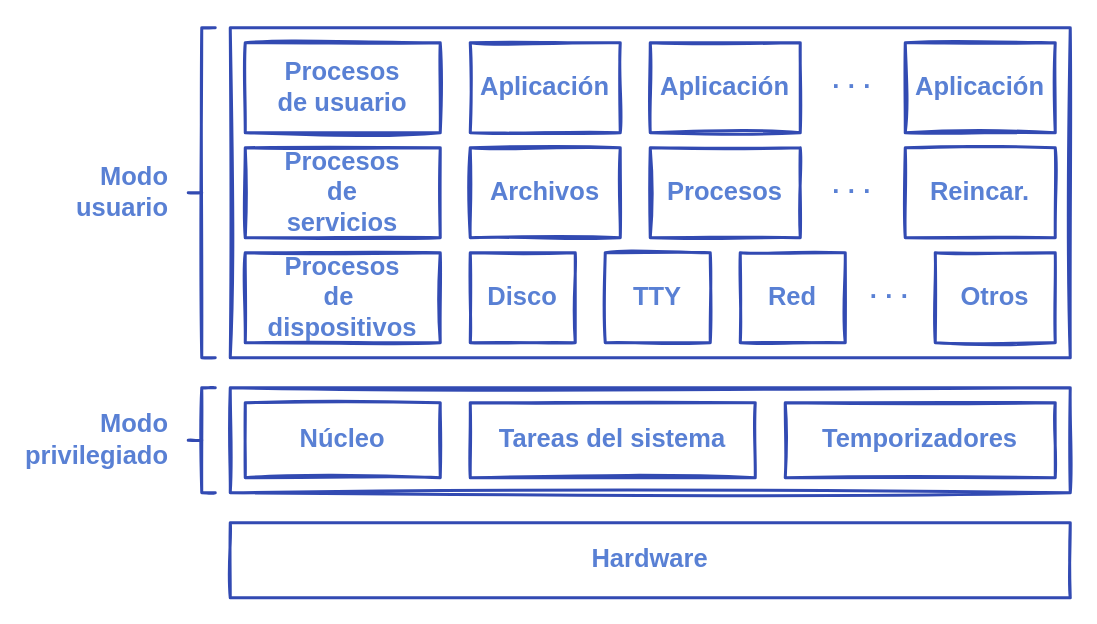
Earlier version of the draw.io diagram content/C08-estructura/images/estructura_minix3.drawio (ull-esit-sistemas-operativos/ssoo-apuntes). Source tidied: cells renumbered, new cells numbered last; positions are measured from the earlier drawing's top-left corner, leaving out a move shared by most shapes. Both pictures are drawn from the tidied source at 150%, with x=0, y=0 at pixel (38, 27).
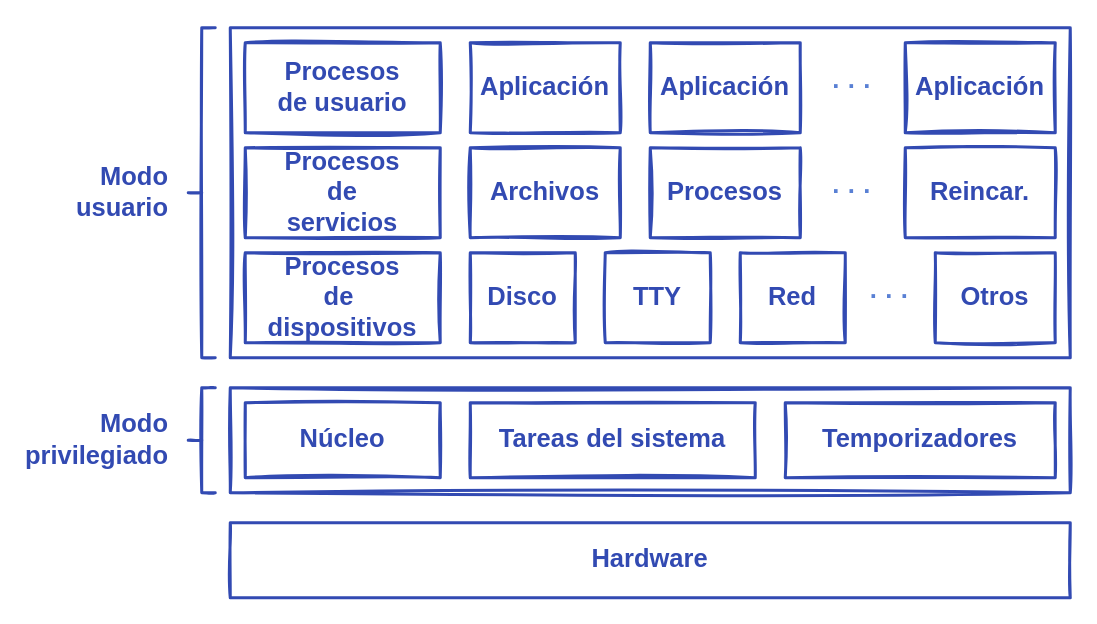
Above is the later version.

What changed in the source:
```diff
@@
-    <mxCell id="2" value="&lt;b&gt;Hardware&lt;/b&gt;" style="rounded=0;whiteSpace=wrap;html=1;shadow=0;sketch=1;strokeWidth=2;fillColor=none;fontFamily=Ink Free;fontSize=17;fontColor=#5980d4;spacing=20;strokeColor=#324AB2;" parent="1" vertex="1">
+    <mxCell id="2" value="&lt;b&gt;Hardware&lt;/b&gt;" style="rounded=0;whiteSpace=wrap;html=1;shadow=0;sketch=1;strokeWidth=2;fillColor=none;fontFamily=Ink Free;fontSize=17;spacing=20;strokeColor=#324AB2;fontColor=#324AB2;" parent="1" vertex="1">
       <mxGeometry x="128" y="330" width="560" height="50" as="geometry" />
     </mxCell>
@@
-    <mxCell id="5" value="Modo usuario" style="text;html=1;align=right;verticalAlign=middle;whiteSpace=wrap;rounded=0;shadow=0;sketch=1;fontFamily=Ink Free;fontSize=17;fontColor=#5980d4;fontStyle=1;" parent="1" vertex="1">
+    <mxCell id="5" value="Modo usuario" style="text;html=1;align=right;verticalAlign=middle;whiteSpace=wrap;rounded=0;shadow=0;sketch=1;fontFamily=Ink Free;fontSize=17;fontStyle=1;fontColor=#324AB2;" parent="1" vertex="1">
       <mxGeometry x="19" y="92.5" width="70" height="35" as="geometry" />
     </mxCell>
-    <mxCell id="6" value="&lt;b&gt;Aplicación&lt;/b&gt;" style="rounded=0;whiteSpace=wrap;html=1;shadow=0;sketch=1;strokeWidth=2;fillColor=none;fontFamily=Ink Free;fontSize=17;fontColor=#5980d4;spacing=20;strokeColor=#324AB2;" parent="1" vertex="1">
+    <mxCell id="6" value="&lt;b&gt;Aplicación&lt;/b&gt;" style="rounded=0;whiteSpace=wrap;html=1;shadow=0;sketch=1;strokeWidth=2;fillColor=none;fontFamily=Ink Free;fontSize=17;spacing=20;strokeColor=#324AB2;fontColor=#324AB2;" parent="1" vertex="1">
       <mxGeometry x="288" y="10" width="100" height="60" as="geometry" />
     </mxCell>
-    <mxCell id="7" value="&lt;b&gt;Reincar.&lt;/b&gt;" style="rounded=0;whiteSpace=wrap;html=1;shadow=0;sketch=1;strokeWidth=2;fillColor=none;fontFamily=Ink Free;fontSize=17;fontColor=#5980d4;spacing=20;strokeColor=#324AB2;" parent="1" vertex="1">
+    <mxCell id="7" value="&lt;b&gt;Reincar.&lt;/b&gt;" style="rounded=0;whiteSpace=wrap;html=1;shadow=0;sketch=1;strokeWidth=2;fillColor=none;fontFamily=Ink Free;fontSize=17;spacing=20;strokeColor=#324AB2;fontColor=#324AB2;" parent="1" vertex="1">
       <mxGeometry x="578" y="80" width="100" height="60" as="geometry" />
     </mxCell>
-    <mxCell id="8" value="&lt;b&gt;Disco&lt;/b&gt;" style="rounded=0;whiteSpace=wrap;html=1;shadow=0;sketch=1;strokeWidth=2;fillColor=none;fontFamily=Ink Free;fontSize=17;fontColor=#5980d4;spacing=20;strokeColor=#324AB2;" parent="1" vertex="1">
+    <mxCell id="8" value="&lt;b&gt;Disco&lt;/b&gt;" style="rounded=0;whiteSpace=wrap;html=1;shadow=0;sketch=1;strokeWidth=2;fillColor=none;fontFamily=Ink Free;fontSize=17;spacing=20;strokeColor=#324AB2;fontColor=#324AB2;" parent="1" vertex="1">
       <mxGeometry x="288" y="150" width="70" height="60" as="geometry" />
     </mxCell>
-    <mxCell id="9" value="&lt;b&gt;Procesos de usuario&lt;br&gt;&lt;/b&gt;" style="rounded=0;whiteSpace=wrap;html=1;shadow=0;sketch=1;strokeWidth=2;fillColor=none;fontFamily=Ink Free;fontSize=17;fontColor=#5980d4;spacing=20;strokeColor=#324AB2;" parent="1" vertex="1">
+    <mxCell id="9" value="&lt;b&gt;Procesos de usuario&lt;br&gt;&lt;/b&gt;" style="rounded=0;whiteSpace=wrap;html=1;shadow=0;sketch=1;strokeWidth=2;fillColor=none;fontFamily=Ink Free;fontSize=17;spacing=20;strokeColor=#324AB2;fontColor=#324AB2;" parent="1" vertex="1">
       <mxGeometry x="138" y="10" width="130" height="60" as="geometry" />
     </mxCell>
-    <mxCell id="10" value="&lt;b&gt;Procesos de servicios&lt;br&gt;&lt;/b&gt;" style="rounded=0;whiteSpace=wrap;html=1;shadow=0;sketch=1;strokeWidth=2;fillColor=none;fontFamily=Ink Free;fontSize=17;fontColor=#5980d4;spacing=20;strokeColor=#324AB2;" parent="1" vertex="1">
+    <mxCell id="10" value="&lt;b&gt;Procesos de servicios&lt;br&gt;&lt;/b&gt;" style="rounded=0;whiteSpace=wrap;html=1;shadow=0;sketch=1;strokeWidth=2;fillColor=none;fontFamily=Ink Free;fontSize=17;spacing=20;strokeColor=#324AB2;fontColor=#324AB2;" parent="1" vertex="1">
       <mxGeometry x="138" y="80" width="130" height="60" as="geometry" />
     </mxCell>
-    <mxCell id="11" value="&lt;b&gt;Procesos de&amp;nbsp;&lt;br&gt;dispositivos&lt;br&gt;&lt;/b&gt;" style="rounded=0;whiteSpace=wrap;html=1;shadow=0;sketch=1;strokeWidth=2;fillColor=none;fontFamily=Ink Free;fontSize=17;fontColor=#5980d4;spacing=20;strokeColor=#324AB2;" parent="1" vertex="1">
+    <mxCell id="11" value="&lt;b&gt;Procesos de&amp;nbsp;&lt;br&gt;dispositivos&lt;br&gt;&lt;/b&gt;" style="rounded=0;whiteSpace=wrap;html=1;shadow=0;sketch=1;strokeWidth=2;fillColor=none;fontFamily=Ink Free;fontSize=17;spacing=20;strokeColor=#324AB2;fontColor=#324AB2;" parent="1" vertex="1">
       <mxGeometry x="138" y="150" width="130" height="60" as="geometry" />
     </mxCell>
-    <mxCell id="12" value="&lt;b&gt;Aplicación&lt;/b&gt;" style="rounded=0;whiteSpace=wrap;html=1;shadow=0;sketch=1;strokeWidth=2;fillColor=none;fontFamily=Ink Free;fontSize=17;fontColor=#5980d4;spacing=20;strokeColor=#324AB2;" parent="1" vertex="1">
+    <mxCell id="12" value="&lt;b&gt;Aplicación&lt;/b&gt;" style="rounded=0;whiteSpace=wrap;html=1;shadow=0;sketch=1;strokeWidth=2;fillColor=none;fontFamily=Ink Free;fontSize=17;spacing=20;strokeColor=#324AB2;fontColor=#324AB2;" parent="1" vertex="1">
       <mxGeometry x="408" y="10" width="100" height="60" as="geometry" />
     </mxCell>
-    <mxCell id="13" value="&lt;b&gt;Aplicación&lt;/b&gt;" style="rounded=0;whiteSpace=wrap;html=1;shadow=0;sketch=1;strokeWidth=2;fillColor=none;fontFamily=Ink Free;fontSize=17;fontColor=#5980d4;spacing=20;strokeColor=#324AB2;" parent="1" vertex="1">
+    <mxCell id="13" value="&lt;b&gt;Aplicación&lt;/b&gt;" style="rounded=0;whiteSpace=wrap;html=1;shadow=0;sketch=1;strokeWidth=2;fillColor=none;fontFamily=Ink Free;fontSize=17;spacing=20;strokeColor=#324AB2;fontColor=#324AB2;" parent="1" vertex="1">
       <mxGeometry x="578" y="10" width="100" height="60" as="geometry" />
     </mxCell>
@@
-    <mxCell id="15" value="&lt;b&gt;Archivos&lt;/b&gt;" style="rounded=0;whiteSpace=wrap;html=1;shadow=0;sketch=1;strokeWidth=2;fillColor=none;fontFamily=Ink Free;fontSize=17;fontColor=#5980d4;spacing=20;strokeColor=#324AB2;" parent="1" vertex="1">
+    <mxCell id="15" value="&lt;b&gt;Archivos&lt;/b&gt;" style="rounded=0;whiteSpace=wrap;html=1;shadow=0;sketch=1;strokeWidth=2;fillColor=none;fontFamily=Ink Free;fontSize=17;spacing=20;strokeColor=#324AB2;fontColor=#324AB2;" parent="1" vertex="1">
       <mxGeometry x="288" y="80" width="100" height="60" as="geometry" />
     </mxCell>
-    <mxCell id="16" value="&lt;b&gt;Procesos&lt;/b&gt;" style="rounded=0;whiteSpace=wrap;html=1;shadow=0;sketch=1;strokeWidth=2;fillColor=none;fontFamily=Ink Free;fontSize=17;fontColor=#5980d4;spacing=20;strokeColor=#324AB2;" parent="1" vertex="1">
+    <mxCell id="16" value="&lt;b&gt;Procesos&lt;/b&gt;" style="rounded=0;whiteSpace=wrap;html=1;shadow=0;sketch=1;strokeWidth=2;fillColor=none;fontFamily=Ink Free;fontSize=17;spacing=20;strokeColor=#324AB2;fontColor=#324AB2;" parent="1" vertex="1">
       <mxGeometry x="408" y="80" width="100" height="60" as="geometry" />
     </mxCell>
@@
-    <mxCell id="18" value="&lt;b&gt;TTY&lt;br&gt;&lt;/b&gt;" style="rounded=0;whiteSpace=wrap;html=1;shadow=0;sketch=1;strokeWidth=2;fillColor=none;fontFamily=Ink Free;fontSize=17;fontColor=#5980d4;spacing=20;strokeColor=#324AB2;" parent="1" vertex="1">
+    <mxCell id="18" value="&lt;b&gt;TTY&lt;br&gt;&lt;/b&gt;" style="rounded=0;whiteSpace=wrap;html=1;shadow=0;sketch=1;strokeWidth=2;fillColor=none;fontFamily=Ink Free;fontSize=17;spacing=20;strokeColor=#324AB2;fontColor=#324AB2;" parent="1" vertex="1">
       <mxGeometry x="378" y="150" width="70" height="60" as="geometry" />
     </mxCell>
-    <mxCell id="19" value="&lt;b&gt;Red&lt;br&gt;&lt;/b&gt;" style="rounded=0;whiteSpace=wrap;html=1;shadow=0;sketch=1;strokeWidth=2;fillColor=none;fontFamily=Ink Free;fontSize=17;fontColor=#5980d4;spacing=20;strokeColor=#324AB2;" parent="1" vertex="1">
+    <mxCell id="19" value="&lt;b&gt;Red&lt;br&gt;&lt;/b&gt;" style="rounded=0;whiteSpace=wrap;html=1;shadow=0;sketch=1;strokeWidth=2;fillColor=none;fontFamily=Ink Free;fontSize=17;spacing=20;strokeColor=#324AB2;fontColor=#324AB2;" parent="1" vertex="1">
       <mxGeometry x="468" y="150" width="70" height="60" as="geometry" />
     </mxCell>
@@
-    <mxCell id="21" value="&lt;b&gt;Otros&lt;br&gt;&lt;/b&gt;" style="rounded=0;whiteSpace=wrap;html=1;shadow=0;sketch=1;strokeWidth=2;fillColor=none;fontFamily=Ink Free;fontSize=17;fontColor=#5980d4;spacing=20;strokeColor=#324AB2;" parent="1" vertex="1">
+    <mxCell id="21" value="&lt;b&gt;Otros&lt;br&gt;&lt;/b&gt;" style="rounded=0;whiteSpace=wrap;html=1;shadow=0;sketch=1;strokeWidth=2;fillColor=none;fontFamily=Ink Free;fontSize=17;spacing=20;strokeColor=#324AB2;fontColor=#324AB2;" parent="1" vertex="1">
       <mxGeometry x="598" y="150" width="80" height="60" as="geometry" />
     </mxCell>
@@
-    <mxCell id="23" value="&lt;b&gt;Núcleo&lt;/b&gt;" style="rounded=0;whiteSpace=wrap;html=1;shadow=0;sketch=1;strokeWidth=2;fillColor=none;fontFamily=Ink Free;fontSize=17;fontColor=#5980d4;spacing=20;strokeColor=#324AB2;" parent="1" vertex="1">
+    <mxCell id="23" value="&lt;b&gt;Núcleo&lt;/b&gt;" style="rounded=0;whiteSpace=wrap;html=1;shadow=0;sketch=1;strokeWidth=2;fillColor=none;fontFamily=Ink Free;fontSize=17;spacing=20;strokeColor=#324AB2;fontColor=#324AB2;" parent="1" vertex="1">
       <mxGeometry x="138" y="250" width="130" height="50" as="geometry" />
     </mxCell>
@@
-    <mxCell id="25" value="&lt;b&gt;Temporizadores&lt;/b&gt;" style="rounded=0;whiteSpace=wrap;html=1;shadow=0;sketch=1;strokeWidth=2;fillColor=none;fontFamily=Ink Free;fontSize=17;fontColor=#5980d4;spacing=20;strokeColor=#324AB2;" parent="1" vertex="1">
+    <mxCell id="25" value="&lt;b&gt;Temporizadores&lt;/b&gt;" style="rounded=0;whiteSpace=wrap;html=1;shadow=0;sketch=1;strokeWidth=2;fillColor=none;fontFamily=Ink Free;fontSize=17;spacing=20;strokeColor=#324AB2;fontColor=#324AB2;" parent="1" vertex="1">
       <mxGeometry x="498" y="250" width="180" height="50" as="geometry" />
     </mxCell>
-    <mxCell id="26" value="&lt;b&gt;Tareas del sistema&lt;/b&gt;" style="rounded=0;whiteSpace=wrap;html=1;shadow=0;sketch=1;strokeWidth=2;fillColor=none;fontFamily=Ink Free;fontSize=17;fontColor=#5980d4;spacing=20;strokeColor=#324AB2;" parent="1" vertex="1">
+    <mxCell id="26" value="&lt;b&gt;Tareas del sistema&lt;/b&gt;" style="rounded=0;whiteSpace=wrap;html=1;shadow=0;sketch=1;strokeWidth=2;fillColor=none;fontFamily=Ink Free;fontSize=17;spacing=20;strokeColor=#324AB2;fontColor=#324AB2;" parent="1" vertex="1">
       <mxGeometry x="288" y="250" width="190" height="50" as="geometry" />
     </mxCell>
-    <mxCell id="27" value="Modo privilegiado" style="text;html=1;align=right;verticalAlign=middle;whiteSpace=wrap;rounded=0;shadow=0;sketch=1;fontFamily=Ink Free;fontSize=17;fontColor=#5980d4;fontStyle=1;" parent="1" vertex="1">
+    <mxCell id="27" value="Modo privilegiado" style="text;html=1;align=right;verticalAlign=middle;whiteSpace=wrap;rounded=0;shadow=0;sketch=1;fontFamily=Ink Free;fontSize=17;fontStyle=1;fontColor=#324AB2;" parent="1" vertex="1">
       <mxGeometry y="255" width="89" height="40" as="geometry" />
     </mxCell>
```
